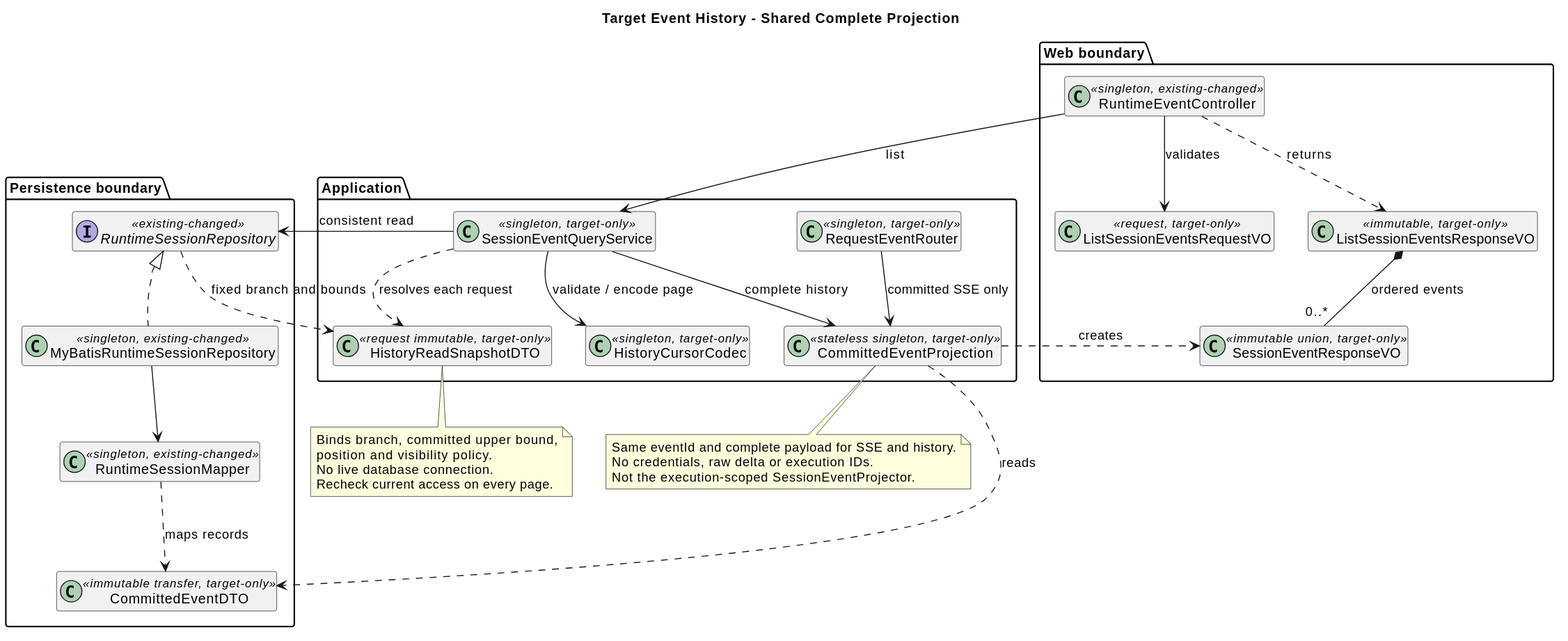
This is 01-总体架构/01-CampusClaw多Agent运行时/设计图/事件历史查询/target_event_history_classes.svg from ssm0808/pi-mono-java-design, a PlantUML export, as it was before one commit.
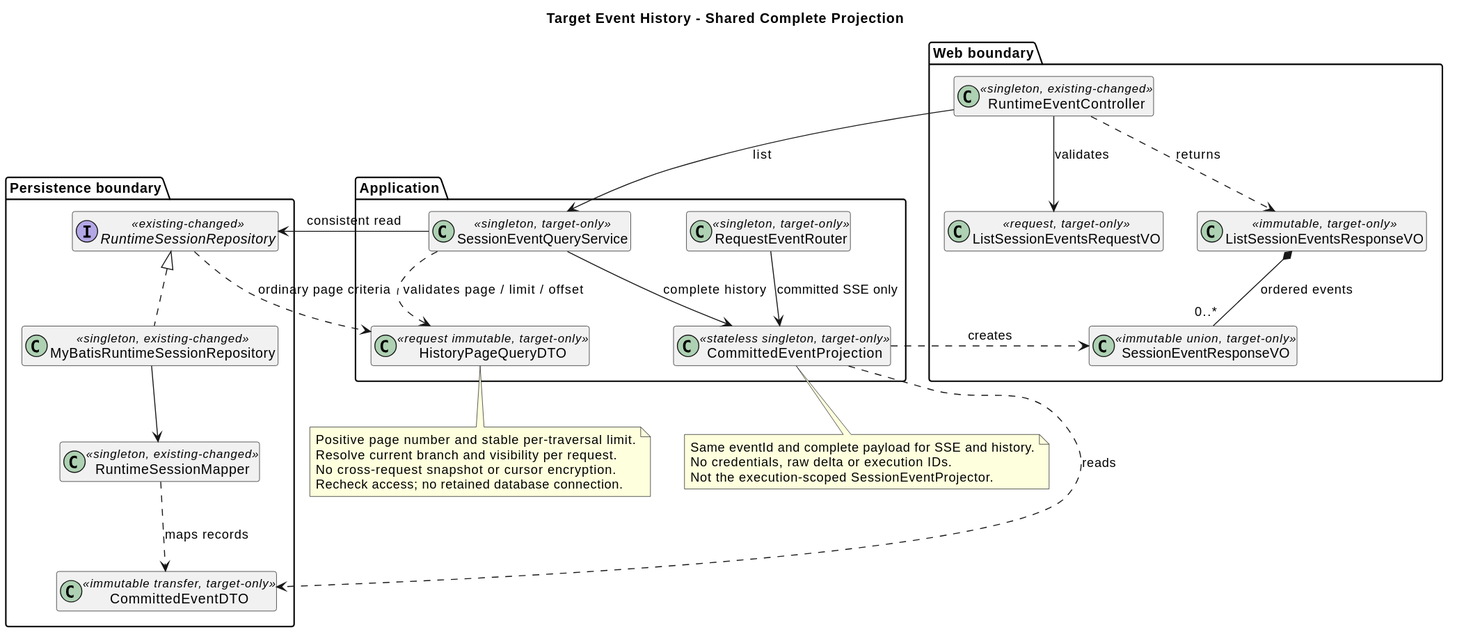
Later version of the same file.

Diff of the diagram source:
```diff
@@ -10,8 +10,7 @@
 }
 package "Application" {
   class SessionEventQueryService <<singleton, target-only>>
-  class HistoryReadSnapshotDTO <<request immutable, target-only>>
-  class HistoryCursorCodec <<singleton, target-only>>
+  class HistoryPageQueryDTO <<request immutable, target-only>>
   class CommittedEventProjection <<stateless singleton, target-only>>
   class RequestEventRouter <<singleton, target-only>>
 }
@@ -25,8 +24,7 @@
 RuntimeEventController --> SessionEventQueryService : list
 RuntimeEventController ..> ListSessionEventsResponseVO : returns
 ListSessionEventsResponseVO *-- "0..*" SessionEventResponseVO : ordered events
-SessionEventQueryService --> HistoryCursorCodec : validate / encode page
-SessionEventQueryService ..> HistoryReadSnapshotDTO : resolves each request
+SessionEventQueryService ..> HistoryPageQueryDTO : validates page / limit / offset
 SessionEventQueryService --> RuntimeSessionRepository : consistent read
 SessionEventQueryService --> CommittedEventProjection : complete history
 RequestEventRouter --> CommittedEventProjection : committed SSE only
@@ -35,12 +33,12 @@
 RuntimeSessionRepository <|.. MyBatisRuntimeSessionRepository
 MyBatisRuntimeSessionRepository --> RuntimeSessionMapper
 RuntimeSessionMapper ..> CommittedEventDTO : maps records
-RuntimeSessionRepository ..> HistoryReadSnapshotDTO : fixed branch and bounds
-note bottom of HistoryReadSnapshotDTO
-  Binds branch, committed upper bound,
-  position and visibility policy.
-  No live database connection.
-  Recheck current access on every page.
+RuntimeSessionRepository ..> HistoryPageQueryDTO : ordinary page criteria
+note bottom of HistoryPageQueryDTO
+  Positive page number and stable per-traversal limit.
+  Resolve current branch and visibility per request.
+  No cross-request snapshot or cursor encryption.
+  Recheck access; no retained database connection.
 end note
 note bottom of CommittedEventProjection
   Same eventId and complete payload for SSE and history.
```
